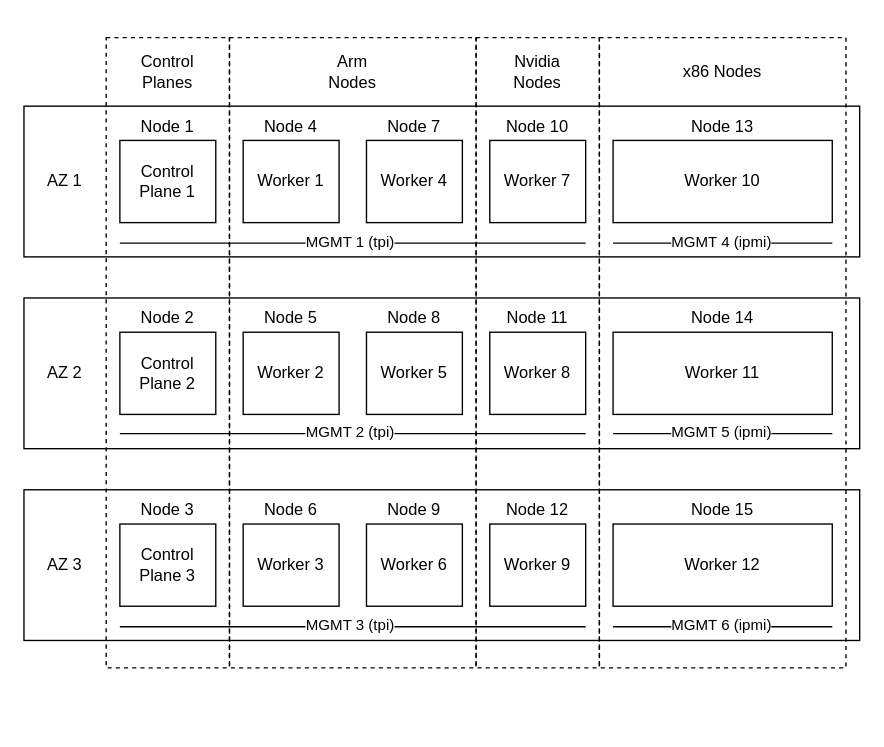
The draw.io diagram docs/topology/.drawio/cluster.drawio in MacroPower/homelab, before the edit. Source tidied: cells renumbered, new cells numbered last; positions are measured from the earlier drawing's top-left corner, leaving out a move shared by most shapes. Both pictures are drawn from the tidied source at 137%, with x=0, y=0 at pixel (23, 37).
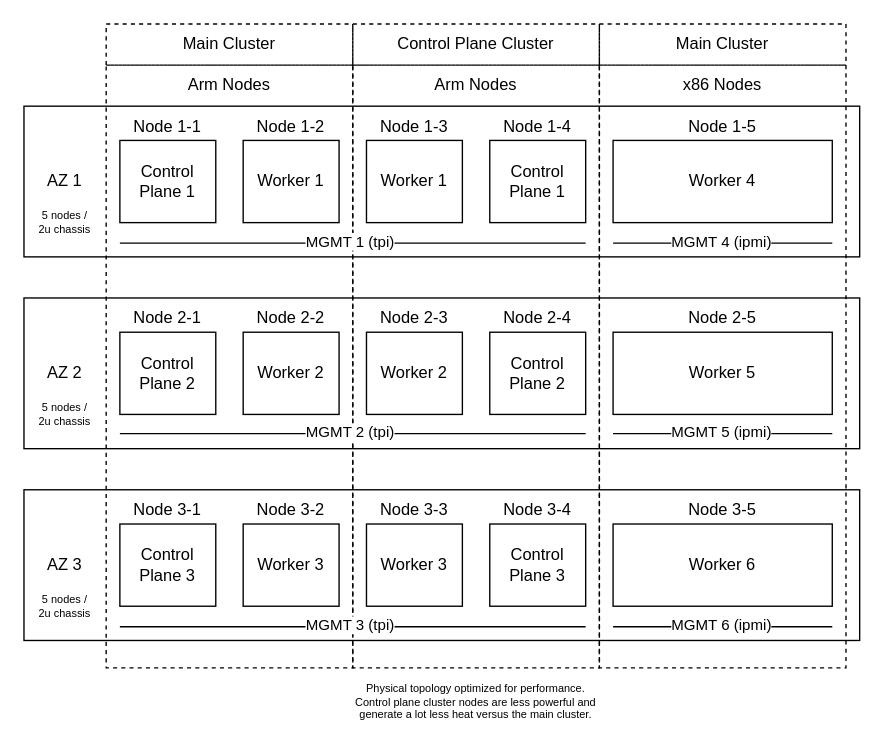
The same diagram, later.

Change to the diagram source:
```diff
@@
-    <mxCell id="3" style="rounded=0;whiteSpace=wrap;html=1;fillColor=none;dashed=1;" parent="1" vertex="1">
-      <mxGeometry x="330" width="90" height="460" as="geometry" />
-    </mxCell>
     <mxCell id="4" style="rounded=0;whiteSpace=wrap;html=1;fillColor=none;dashed=1;" parent="1" vertex="1">
-      <mxGeometry x="420" width="180" height="460" as="geometry" />
+      <mxGeometry x="420" y="20" width="180" height="440" as="geometry" />
     </mxCell>
     <mxCell id="5" style="rounded=0;whiteSpace=wrap;html=1;fillColor=none;dashed=1;" parent="1" vertex="1">
-      <mxGeometry x="60" width="90" height="460" as="geometry" />
+      <mxGeometry x="60" y="20" width="180" height="440" as="geometry" />
     </mxCell>
     <mxCell id="6" style="rounded=0;whiteSpace=wrap;html=1;fillColor=none;dashed=1;" parent="1" vertex="1">
-      <mxGeometry x="150" width="180" height="460" as="geometry" />
+      <mxGeometry x="240" y="20" width="180" height="440" as="geometry" />
     </mxCell>
@@
-    <mxCell id="16" value="Worker 4" style="rounded=0;whiteSpace=wrap;html=1;" parent="1" vertex="1">
+    <mxCell id="16" value="Worker 1" style="rounded=0;whiteSpace=wrap;html=1;" parent="1" vertex="1">
       <mxGeometry x="250" y="75" width="70" height="60" as="geometry" />
     </mxCell>
-    <mxCell id="17" value="Worker 5" style="rounded=0;whiteSpace=wrap;html=1;" parent="1" vertex="1">
+    <mxCell id="17" value="Worker 2" style="rounded=0;whiteSpace=wrap;html=1;" parent="1" vertex="1">
       <mxGeometry x="250" y="215" width="70" height="60" as="geometry" />
     </mxCell>
-    <mxCell id="18" value="Worker 6" style="rounded=0;whiteSpace=wrap;html=1;" parent="1" vertex="1">
+    <mxCell id="18" value="Worker 3" style="rounded=0;whiteSpace=wrap;html=1;" parent="1" vertex="1">
       <mxGeometry x="250" y="355" width="70" height="60" as="geometry" />
     </mxCell>
-    <mxCell id="19" value="Worker 7" style="rounded=0;whiteSpace=wrap;html=1;" parent="1" vertex="1">
+    <mxCell id="19" value="Control Plane 1" style="rounded=0;whiteSpace=wrap;html=1;" parent="1" vertex="1">
       <mxGeometry x="340" y="75" width="70" height="60" as="geometry" />
     </mxCell>
-    <mxCell id="20" value="Worker 8" style="rounded=0;whiteSpace=wrap;html=1;" parent="1" vertex="1">
+    <mxCell id="20" value="Control Plane 2" style="rounded=0;whiteSpace=wrap;html=1;" parent="1" vertex="1">
       <mxGeometry x="340" y="215" width="70" height="60" as="geometry" />
     </mxCell>
-    <mxCell id="21" value="Worker 9" style="rounded=0;whiteSpace=wrap;html=1;" parent="1" vertex="1">
+    <mxCell id="21" value="Control Plane 3" style="rounded=0;whiteSpace=wrap;html=1;" parent="1" vertex="1">
       <mxGeometry x="340" y="355" width="70" height="60" as="geometry" />
     </mxCell>
-    <mxCell id="22" value="Worker 10" style="rounded=0;whiteSpace=wrap;html=1;" parent="1" vertex="1">
+    <mxCell id="22" value="Worker 4" style="rounded=0;whiteSpace=wrap;html=1;" parent="1" vertex="1">
       <mxGeometry x="430" y="75" width="160" height="60" as="geometry" />
     </mxCell>
-    <mxCell id="23" value="Worker 11" style="rounded=0;whiteSpace=wrap;html=1;" parent="1" vertex="1">
+    <mxCell id="23" value="Worker 5" style="rounded=0;whiteSpace=wrap;html=1;" parent="1" vertex="1">
       <mxGeometry x="430" y="215" width="160" height="60" as="geometry" />
     </mxCell>
-    <mxCell id="24" value="Worker 12" style="rounded=0;whiteSpace=wrap;html=1;" parent="1" vertex="1">
+    <mxCell id="24" value="Worker 6" style="rounded=0;whiteSpace=wrap;html=1;" parent="1" vertex="1">
       <mxGeometry x="430" y="355" width="160" height="60" as="geometry" />
     </mxCell>
@@
-    <mxCell id="27" value="Control Planes" style="text;html=1;strokeColor=none;fillColor=none;align=center;verticalAlign=middle;whiteSpace=wrap;rounded=0;" parent="1" vertex="1">
-      <mxGeometry x="75" y="10" width="60" height="30" as="geometry" />
+    <mxCell id="27" value="Control Plane Cluster" style="text;html=1;strokeColor=none;fillColor=none;align=center;verticalAlign=middle;whiteSpace=wrap;rounded=0;" parent="1" vertex="1">
+      <mxGeometry x="240" y="-10" width="180" height="30" as="geometry" />
     </mxCell>
     <mxCell id="28" value="Arm Nodes" style="text;html=1;strokeColor=none;fillColor=none;align=center;verticalAlign=middle;whiteSpace=wrap;rounded=0;" parent="1" vertex="1">
-      <mxGeometry x="210" y="10" width="60" height="30" as="geometry" />
+      <mxGeometry x="240" y="20" width="180" height="30" as="geometry" />
     </mxCell>
-    <mxCell id="29" value="Nvidia Nodes" style="text;html=1;strokeColor=none;fillColor=none;align=center;verticalAlign=middle;whiteSpace=wrap;rounded=0;" parent="1" vertex="1">
-      <mxGeometry x="345" y="10" width="60" height="30" as="geometry" />
-    </mxCell>
     <mxCell id="30" value="x86 Nodes" style="text;html=1;strokeColor=none;fillColor=none;align=center;verticalAlign=middle;whiteSpace=wrap;rounded=0;" parent="1" vertex="1">
-      <mxGeometry x="480" y="10" width="60" height="30" as="geometry" />
+      <mxGeometry x="420" y="20" width="180" height="30" as="geometry" />
     </mxCell>
-    <mxCell id="31" value="Node 1" style="text;html=1;strokeColor=none;fillColor=none;align=center;verticalAlign=middle;whiteSpace=wrap;rounded=0;" parent="1" vertex="1">
+    <mxCell id="31" value="Node 1-1" style="text;html=1;strokeColor=none;fillColor=none;align=center;verticalAlign=middle;whiteSpace=wrap;rounded=0;" parent="1" vertex="1">
       <mxGeometry x="75" y="50" width="60" height="30" as="geometry" />
     </mxCell>
-    <mxCell id="32" value="Node 2" style="text;html=1;strokeColor=none;fillColor=none;align=center;verticalAlign=middle;whiteSpace=wrap;rounded=0;" parent="1" vertex="1">
+    <mxCell id="32" value="Node 2-1" style="text;html=1;strokeColor=none;fillColor=none;align=center;verticalAlign=middle;whiteSpace=wrap;rounded=0;" parent="1" vertex="1">
       <mxGeometry x="75" y="190" width="60" height="30" as="geometry" />
     </mxCell>
-    <mxCell id="33" value="Node 3" style="text;html=1;strokeColor=none;fillColor=none;align=center;verticalAlign=middle;whiteSpace=wrap;rounded=0;" parent="1" vertex="1">
+    <mxCell id="33" value="Node 3-1" style="text;html=1;strokeColor=none;fillColor=none;align=center;verticalAlign=middle;whiteSpace=wrap;rounded=0;" parent="1" vertex="1">
       <mxGeometry x="75" y="330" width="60" height="30" as="geometry" />
     </mxCell>
-    <mxCell id="34" value="Node 6" style="text;html=1;strokeColor=none;fillColor=none;align=center;verticalAlign=middle;whiteSpace=wrap;rounded=0;" parent="1" vertex="1">
+    <mxCell id="34" value="Node 3-2" style="text;html=1;strokeColor=none;fillColor=none;align=center;verticalAlign=middle;whiteSpace=wrap;rounded=0;" parent="1" vertex="1">
       <mxGeometry x="165" y="330" width="60" height="30" as="geometry" />
     </mxCell>
-    <mxCell id="35" value="Node 9" style="text;html=1;strokeColor=none;fillColor=none;align=center;verticalAlign=middle;whiteSpace=wrap;rounded=0;" parent="1" vertex="1">
+    <mxCell id="35" value="Node 3-3" style="text;html=1;strokeColor=none;fillColor=none;align=center;verticalAlign=middle;whiteSpace=wrap;rounded=0;" parent="1" vertex="1">
       <mxGeometry x="255" y="330" width="60" height="30" as="geometry" />
     </mxCell>
-    <mxCell id="36" value="Node 12" style="text;html=1;strokeColor=none;fillColor=none;align=center;verticalAlign=middle;whiteSpace=wrap;rounded=0;" parent="1" vertex="1">
+    <mxCell id="36" value="Node 3-4" style="text;html=1;strokeColor=none;fillColor=none;align=center;verticalAlign=middle;whiteSpace=wrap;rounded=0;" parent="1" vertex="1">
       <mxGeometry x="345" y="330" width="60" height="30" as="geometry" />
     </mxCell>
-    <mxCell id="37" value="Node 15" style="text;html=1;strokeColor=none;fillColor=none;align=center;verticalAlign=middle;whiteSpace=wrap;rounded=0;" parent="1" vertex="1">
+    <mxCell id="37" value="Node 3-5" style="text;html=1;strokeColor=none;fillColor=none;align=center;verticalAlign=middle;whiteSpace=wrap;rounded=0;" parent="1" vertex="1">
       <mxGeometry x="480" y="330" width="60" height="30" as="geometry" />
     </mxCell>
-    <mxCell id="38" value="Node 4" style="text;html=1;strokeColor=none;fillColor=none;align=center;verticalAlign=middle;whiteSpace=wrap;rounded=0;" parent="1" vertex="1">
+    <mxCell id="38" value="Node 1-2" style="text;html=1;strokeColor=none;fillColor=none;align=center;verticalAlign=middle;whiteSpace=wrap;rounded=0;" parent="1" vertex="1">
       <mxGeometry x="165" y="50" width="60" height="30" as="geometry" />
     </mxCell>
-    <mxCell id="39" value="Node 7" style="text;html=1;strokeColor=none;fillColor=none;align=center;verticalAlign=middle;whiteSpace=wrap;rounded=0;" parent="1" vertex="1">
+    <mxCell id="39" value="Node 1-3" style="text;html=1;strokeColor=none;fillColor=none;align=center;verticalAlign=middle;whiteSpace=wrap;rounded=0;" parent="1" vertex="1">
       <mxGeometry x="255" y="50" width="60" height="30" as="geometry" />
     </mxCell>
-    <mxCell id="40" value="Node 10" style="text;html=1;strokeColor=none;fillColor=none;align=center;verticalAlign=middle;whiteSpace=wrap;rounded=0;" parent="1" vertex="1">
+    <mxCell id="40" value="Node 1-4" style="text;html=1;strokeColor=none;fillColor=none;align=center;verticalAlign=middle;whiteSpace=wrap;rounded=0;" parent="1" vertex="1">
       <mxGeometry x="345" y="50" width="60" height="30" as="geometry" />
     </mxCell>
-    <mxCell id="41" value="Node 13" style="text;html=1;strokeColor=none;fillColor=none;align=center;verticalAlign=middle;whiteSpace=wrap;rounded=0;" parent="1" vertex="1">
+    <mxCell id="41" value="Node 1-5" style="text;html=1;strokeColor=none;fillColor=none;align=center;verticalAlign=middle;whiteSpace=wrap;rounded=0;" parent="1" vertex="1">
       <mxGeometry x="480" y="50" width="60" height="30" as="geometry" />
     </mxCell>
-    <mxCell id="42" value="Node 5" style="text;html=1;strokeColor=none;fillColor=none;align=center;verticalAlign=middle;whiteSpace=wrap;rounded=0;" parent="1" vertex="1">
+    <mxCell id="42" value="Node 2-2" style="text;html=1;strokeColor=none;fillColor=none;align=center;verticalAlign=middle;whiteSpace=wrap;rounded=0;" parent="1" vertex="1">
       <mxGeometry x="165" y="190" width="60" height="30" as="geometry" />
     </mxCell>
-    <mxCell id="43" value="Node 8" style="text;html=1;strokeColor=none;fillColor=none;align=center;verticalAlign=middle;whiteSpace=wrap;rounded=0;" parent="1" vertex="1">
+    <mxCell id="43" value="Node 2-3" style="text;html=1;strokeColor=none;fillColor=none;align=center;verticalAlign=middle;whiteSpace=wrap;rounded=0;" parent="1" vertex="1">
       <mxGeometry x="255" y="190" width="60" height="30" as="geometry" />
     </mxCell>
-    <mxCell id="44" value="Node 11" style="text;html=1;strokeColor=none;fillColor=none;align=center;verticalAlign=middle;whiteSpace=wrap;rounded=0;" parent="1" vertex="1">
+    <mxCell id="44" value="Node 2-4" style="text;html=1;strokeColor=none;fillColor=none;align=center;verticalAlign=middle;whiteSpace=wrap;rounded=0;" parent="1" vertex="1">
       <mxGeometry x="345" y="190" width="60" height="30" as="geometry" />
     </mxCell>
-    <mxCell id="45" value="Node 14" style="text;html=1;strokeColor=none;fillColor=none;align=center;verticalAlign=middle;whiteSpace=wrap;rounded=0;" parent="1" vertex="1">
+    <mxCell id="45" value="Node 2-5" style="text;html=1;strokeColor=none;fillColor=none;align=center;verticalAlign=middle;whiteSpace=wrap;rounded=0;" parent="1" vertex="1">
       <mxGeometry x="480" y="190" width="60" height="30" as="geometry" />
     </mxCell>
@@
+    <mxCell id="58" value="Arm Nodes" style="text;html=1;strokeColor=none;fillColor=none;align=center;verticalAlign=middle;whiteSpace=wrap;rounded=0;" parent="1" vertex="1">
+      <mxGeometry x="60" y="20" width="180" height="30" as="geometry" />
+    </mxCell>
+    <mxCell id="59" value="Main Cluster" style="text;html=1;strokeColor=none;fillColor=none;align=center;verticalAlign=middle;whiteSpace=wrap;rounded=0;" parent="1" vertex="1">
+      <mxGeometry x="420" y="-10" width="180" height="30" as="geometry" />
+    </mxCell>
+    <mxCell id="60" style="rounded=0;whiteSpace=wrap;html=1;fillColor=none;dashed=1;" parent="1" vertex="1">
+      <mxGeometry x="240" y="-10" width="180" height="30" as="geometry" />
+    </mxCell>
+    <mxCell id="61" style="rounded=0;whiteSpace=wrap;html=1;fillColor=none;dashed=1;" parent="1" vertex="1">
+      <mxGeometry x="420" y="-10" width="180" height="30" as="geometry" />
+    </mxCell>
+    <mxCell id="62" value="Main Cluster" style="text;html=1;strokeColor=none;fillColor=none;align=center;verticalAlign=middle;whiteSpace=wrap;rounded=0;" parent="1" vertex="1">
+      <mxGeometry x="60" y="-10" width="180" height="30" as="geometry" />
+    </mxCell>
+    <mxCell id="63" style="rounded=0;whiteSpace=wrap;html=1;fillColor=none;dashed=1;" parent="1" vertex="1">
+      <mxGeometry x="60" y="-10" width="180" height="30" as="geometry" />
+    </mxCell>
+    <mxCell id="64" value="Physical topology optimized for performance. Control plane cluster nodes are less powerful and generate a lot less heat versus the main cluster." style="text;html=1;align=center;verticalAlign=middle;whiteSpace=wrap;rounded=0;fontSize=8;" parent="1" vertex="1">
+      <mxGeometry x="240" y="470" width="180" height="30" as="geometry" />
+    </mxCell>
+    <mxCell id="65" value="5 nodes / 2u chassis" style="text;html=1;align=center;verticalAlign=middle;whiteSpace=wrap;rounded=0;fontSize=8;" parent="1" vertex="1">
+      <mxGeometry x="10" y="120" width="40" height="30" as="geometry" />
+    </mxCell>
+    <mxCell id="66" value="5 nodes / 2u chassis" style="text;html=1;align=center;verticalAlign=middle;whiteSpace=wrap;rounded=0;fontSize=8;" parent="1" vertex="1">
+      <mxGeometry x="10" y="260" width="40" height="30" as="geometry" />
+    </mxCell>
+    <mxCell id="67" value="5 nodes / 2u chassis" style="text;html=1;align=center;verticalAlign=middle;whiteSpace=wrap;rounded=0;fontSize=8;" parent="1" vertex="1">
+      <mxGeometry x="10" y="400" width="40" height="30" as="geometry" />
+    </mxCell>
```
